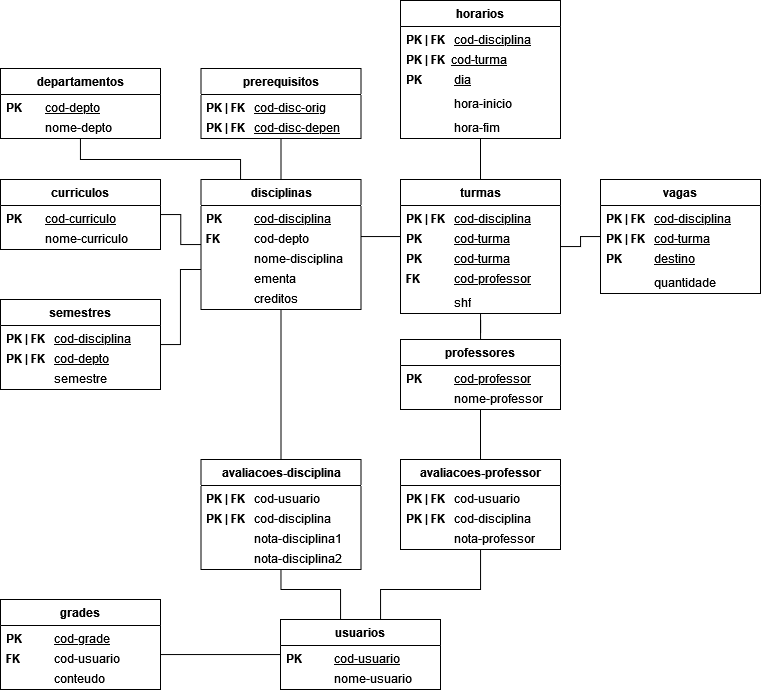
Before: figuras/modelo-fisico.png, a diagram exported from draw.io (Leinadium/puc-tcc-disciplinas). Source tidied: cells renumbered, new cells last; positions are measured from the earlier drawing's top-left corner, leaving out a move shared by most shapes.
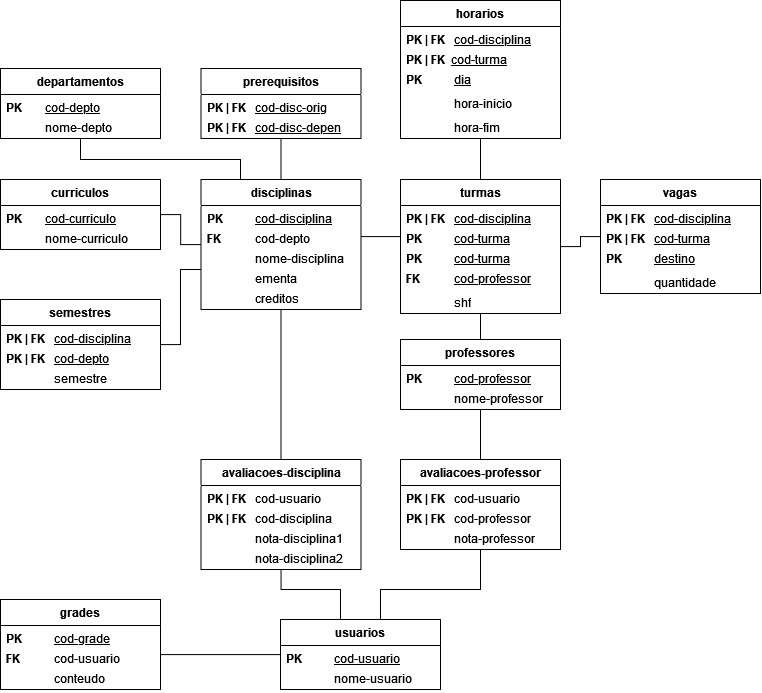
After the change.

Commit message:
corrigindo modelo fisico e adicionando dicionario

The edit, as a diff of the source:
```diff
@@ -150,7 +150,7 @@
     <mxCell id="42" value="&lt;b&gt;PK | &lt;/b&gt;&lt;b&gt;FK&lt;/b&gt; &lt;span style=&quot;white-space: pre;&quot;&gt;&#9;&lt;/span&gt;cod-usuario" style="text;strokeColor=none;fillColor=none;align=left;verticalAlign=top;spacingLeft=4;spacingRight=4;overflow=hidden;whiteSpace=wrap;html=1;" parent="41" vertex="1">
       <mxGeometry y="26" width="160" height="20" as="geometry" />
     </mxCell>
-    <mxCell id="43" value="&lt;b&gt;PK | &lt;/b&gt;&lt;b&gt;FK&lt;/b&gt;&lt;span style=&quot;white-space: pre;&quot;&gt;&#9;&lt;/span&gt;cod-disciplina" style="text;strokeColor=none;fillColor=none;align=left;verticalAlign=top;spacingLeft=4;spacingRight=4;overflow=hidden;whiteSpace=wrap;html=1;" parent="41" vertex="1">
+    <mxCell id="43" value="&lt;b&gt;PK | &lt;/b&gt;&lt;b&gt;FK&lt;/b&gt;&lt;span style=&quot;white-space: pre;&quot;&gt;&#9;&lt;/span&gt;cod-professor" style="text;strokeColor=none;fillColor=none;align=left;verticalAlign=top;spacingLeft=4;spacingRight=4;overflow=hidden;whiteSpace=wrap;html=1;" parent="41" vertex="1">
       <mxGeometry y="46" width="160" height="20" as="geometry" />
     </mxCell>
     <mxCell id="44" value="&lt;span style=&quot;white-space: pre;&quot;&gt;&#9;&lt;span style=&quot;white-space: pre;&quot;&gt;&#9;nota-professor&lt;/span&gt;&lt;/span&gt;" style="text;strokeColor=none;fillColor=none;align=left;verticalAlign=top;spacingLeft=4;spacingRight=4;overflow=hidden;whiteSpace=wrap;html=1;" parent="41" vertex="1">
```
